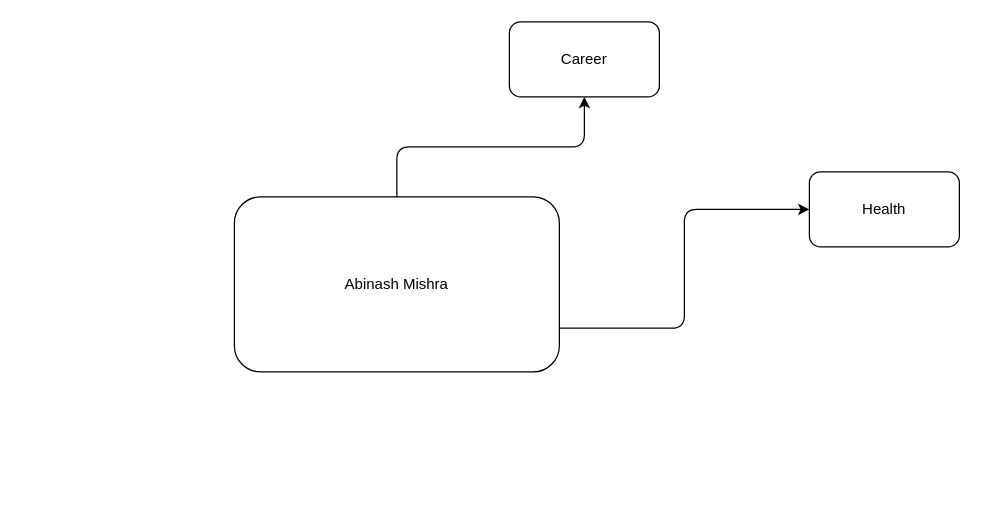
The draw.io diagram Persona.drawio in Jablu/diagrams, before the edit. Source tidied: cells renumbered, new cells numbered last; positions are measured from the earlier drawing's top-left corner, leaving out a move shared by most shapes. Both pictures are drawn from the tidied source at 125%, with x=0, y=0 at pixel (234, 21).
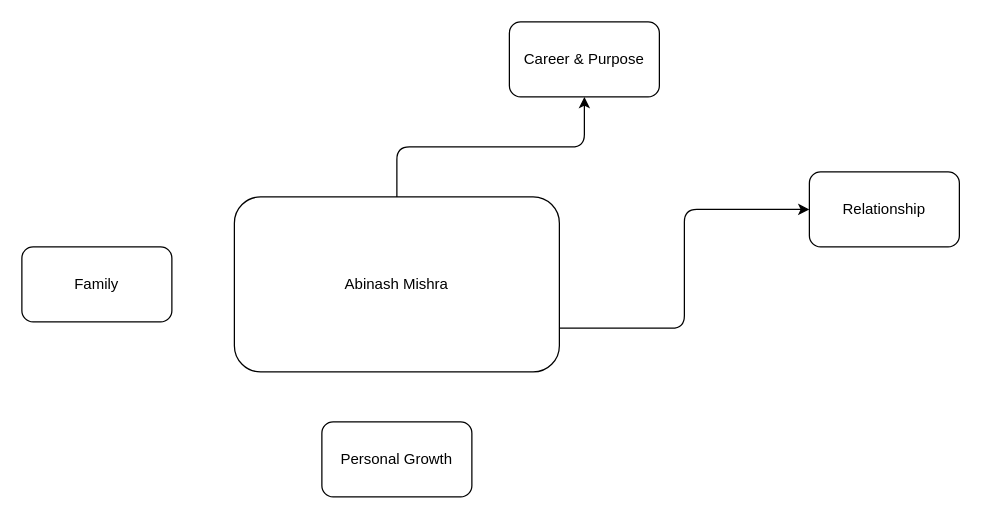
The same diagram, later.

The edit, as a diff of the source:
```diff
@@
 <mxGraphModel>
   <root>
     <mxCell id="0" />
     <mxCell id="1" parent="0" />
     <mxCell id="2" style="edgeStyle=orthogonalEdgeStyle;rounded=1;jettySize=auto;html=1;curved=0;" parent="1" edge="1" source="4" target="5">
       <mxGeometry relative="1" as="geometry" />
     </mxCell>
     <mxCell id="3" style="edgeStyle=orthogonalEdgeStyle;rounded=1;jettySize=auto;html=1;exitX=1;exitY=0.75;exitDx=0;exitDy=0;curved=0;" parent="1" edge="1" source="4" target="6">
       <mxGeometry relative="1" as="geometry" />
     </mxCell>
     <mxCell id="4" value="Abinash Mishra" style="rounded=1;whiteSpace=wrap;html=1;" parent="1" vertex="1">
       <mxGeometry y="140" width="260" height="140" as="geometry" />
     </mxCell>
-    <mxCell id="5" value="Career" style="rounded=1;whiteSpace=wrap;html=1;" parent="1" vertex="1">
+    <mxCell id="5" value="Career &amp;amp; Purpose" style="rounded=1;whiteSpace=wrap;html=1;" parent="1" vertex="1">
       <mxGeometry x="220" width="120" height="60" as="geometry" />
     </mxCell>
-    <mxCell id="6" value="Health" style="rounded=1;whiteSpace=wrap;html=1;" parent="1" vertex="1">
+    <mxCell id="6" value="Relationship" style="rounded=1;whiteSpace=wrap;html=1;" parent="1" vertex="1">
       <mxGeometry x="460" y="120" width="120" height="60" as="geometry" />
     </mxCell>
+    <mxCell id="7" value="Family" style="rounded=1;whiteSpace=wrap;html=1;" parent="1" vertex="1">
+      <mxGeometry x="-170" y="180" width="120" height="60" as="geometry" />
+    </mxCell>
+    <mxCell id="8" value="Personal Growth" style="rounded=1;whiteSpace=wrap;html=1;" parent="1" vertex="1">
+      <mxGeometry x="70" y="320" width="120" height="60" as="geometry" />
+    </mxCell>
   </root>
 </mxGraphModel>
```
